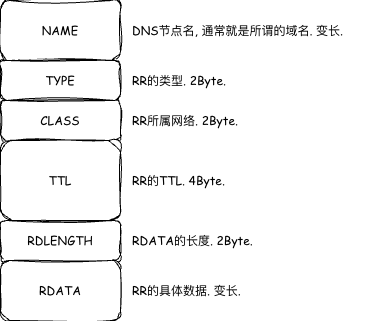
The draw.io diagram source/_posts/DNSScheme/resource_record.png in theo1893/theo1893.github.io, before a commit. Source tidied: cells renumbered, new cells last; positions are measured from the earlier drawing's top-left corner, leaving out a move shared by most shapes. Its diagram source:
```xml
<mxGraphModel>
  <root>
    <mxCell id="0" />
    <mxCell id="1" parent="0" />
    <mxCell id="2" value="NAME" style="rounded=1;whiteSpace=wrap;html=1;sketch=1;jiggle=2;curveFitting=1;strokeColor=default;align=center;verticalAlign=middle;fontFamily=Comic Sans MS;fontSize=12;fontColor=default;labelBackgroundColor=default;fillColor=default;" parent="1" vertex="1">
      <mxGeometry width="120" height="60" as="geometry" />
    </mxCell>
    <mxCell id="3" value="TYPE" style="rounded=1;whiteSpace=wrap;html=1;sketch=1;jiggle=2;curveFitting=1;strokeColor=default;align=center;verticalAlign=middle;fontFamily=Comic Sans MS;fontSize=12;fontColor=default;labelBackgroundColor=default;fillColor=default;" parent="1" vertex="1">
      <mxGeometry y="60" width="120" height="40" as="geometry" />
    </mxCell>
    <mxCell id="4" value="CLASS" style="rounded=1;whiteSpace=wrap;html=1;sketch=1;jiggle=2;curveFitting=1;strokeColor=default;align=center;verticalAlign=middle;fontFamily=Comic Sans MS;fontSize=12;fontColor=default;labelBackgroundColor=default;fillColor=default;" parent="1" vertex="1">
      <mxGeometry y="100" width="120" height="40" as="geometry" />
    </mxCell>
    <mxCell id="5" value="TTL" style="rounded=1;whiteSpace=wrap;html=1;sketch=1;jiggle=2;curveFitting=1;strokeColor=default;align=center;verticalAlign=middle;fontFamily=Comic Sans MS;fontSize=12;fontColor=default;labelBackgroundColor=default;fillColor=default;" parent="1" vertex="1">
      <mxGeometry y="140" width="120" height="80" as="geometry" />
    </mxCell>
    <mxCell id="6" value="RDLENGTH" style="rounded=1;whiteSpace=wrap;html=1;sketch=1;jiggle=2;curveFitting=1;strokeColor=default;align=center;verticalAlign=middle;fontFamily=Comic Sans MS;fontSize=12;fontColor=default;labelBackgroundColor=default;fillColor=default;" parent="1" vertex="1">
      <mxGeometry y="220" width="120" height="40" as="geometry" />
    </mxCell>
    <mxCell id="7" value="RDATA" style="rounded=1;whiteSpace=wrap;html=1;sketch=1;jiggle=2;curveFitting=1;strokeColor=default;align=center;verticalAlign=middle;fontFamily=Comic Sans MS;fontSize=12;fontColor=default;labelBackgroundColor=default;fillColor=default;" parent="1" vertex="1">
      <mxGeometry y="260" width="120" height="60" as="geometry" />
    </mxCell>
    <mxCell id="8" value="DNS节点名, 通常就是所谓的域名. 变长." style="text;html=1;whiteSpace=wrap;strokeColor=none;fillColor=none;align=left;verticalAlign=middle;rounded=0;fontFamily=Comic Sans MS;fontSize=12;fontColor=default;labelBackgroundColor=default;" parent="1" vertex="1">
      <mxGeometry x="130" y="15" width="250" height="30" as="geometry" />
    </mxCell>
    <mxCell id="9" value="RR的类型. 2Byte." style="text;html=1;whiteSpace=wrap;strokeColor=none;fillColor=none;align=left;verticalAlign=middle;rounded=0;fontFamily=Comic Sans MS;fontSize=12;fontColor=default;labelBackgroundColor=default;" parent="1" vertex="1">
      <mxGeometry x="130" y="65" width="250" height="30" as="geometry" />
    </mxCell>
    <mxCell id="10" value="RR所属网络. 2Byte." style="text;html=1;whiteSpace=wrap;strokeColor=none;fillColor=none;align=left;verticalAlign=middle;rounded=0;fontFamily=Comic Sans MS;fontSize=12;fontColor=default;labelBackgroundColor=default;" parent="1" vertex="1">
      <mxGeometry x="130" y="105" width="250" height="30" as="geometry" />
    </mxCell>
    <mxCell id="11" value="RR的TTL. 4Byte." style="text;html=1;whiteSpace=wrap;strokeColor=none;fillColor=none;align=left;verticalAlign=middle;rounded=0;fontFamily=Comic Sans MS;fontSize=12;fontColor=default;labelBackgroundColor=default;" parent="1" vertex="1">
      <mxGeometry x="130" y="165" width="250" height="30" as="geometry" />
    </mxCell>
    <mxCell id="12" value="RDATA的长度. 2Byte." style="text;html=1;whiteSpace=wrap;strokeColor=none;fillColor=none;align=left;verticalAlign=middle;rounded=0;fontFamily=Comic Sans MS;fontSize=12;fontColor=default;labelBackgroundColor=default;" parent="1" vertex="1">
      <mxGeometry x="130" y="225" width="250" height="30" as="geometry" />
    </mxCell>
    <mxCell id="13" value="RR的具体数据. 变长." style="text;html=1;whiteSpace=wrap;strokeColor=none;fillColor=none;align=left;verticalAlign=middle;rounded=0;fontFamily=Comic Sans MS;fontSize=12;fontColor=default;labelBackgroundColor=default;" parent="1" vertex="1">
      <mxGeometry x="130" y="275" width="250" height="30" as="geometry" />
    </mxCell>
  </root>
</mxGraphModel>
```
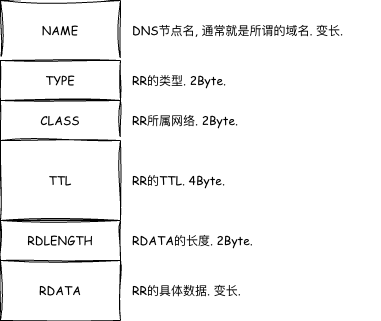
The same diagram one commit later.

What changed in the source:
```diff
@@ -2,22 +2,22 @@
   <root>
     <mxCell id="0" />
     <mxCell id="1" parent="0" />
-    <mxCell id="2" value="NAME" style="rounded=1;whiteSpace=wrap;html=1;sketch=1;jiggle=2;curveFitting=1;strokeColor=default;align=center;verticalAlign=middle;fontFamily=Comic Sans MS;fontSize=12;fontColor=default;labelBackgroundColor=default;fillColor=default;" parent="1" vertex="1">
+    <mxCell id="2" value="NAME" style="rounded=0;whiteSpace=wrap;html=1;sketch=1;jiggle=2;curveFitting=1;strokeColor=default;align=center;verticalAlign=middle;fontFamily=Comic Sans MS;fontSize=12;fontColor=default;labelBackgroundColor=default;fillColor=default;" parent="1" vertex="1">
       <mxGeometry width="120" height="60" as="geometry" />
     </mxCell>
-    <mxCell id="3" value="TYPE" style="rounded=1;whiteSpace=wrap;html=1;sketch=1;jiggle=2;curveFitting=1;strokeColor=default;align=center;verticalAlign=middle;fontFamily=Comic Sans MS;fontSize=12;fontColor=default;labelBackgroundColor=default;fillColor=default;" parent="1" vertex="1">
+    <mxCell id="3" value="TYPE" style="rounded=0;whiteSpace=wrap;html=1;sketch=1;jiggle=2;curveFitting=1;strokeColor=default;align=center;verticalAlign=middle;fontFamily=Comic Sans MS;fontSize=12;fontColor=default;labelBackgroundColor=default;fillColor=default;" parent="1" vertex="1">
       <mxGeometry y="60" width="120" height="40" as="geometry" />
     </mxCell>
-    <mxCell id="4" value="CLASS" style="rounded=1;whiteSpace=wrap;html=1;sketch=1;jiggle=2;curveFitting=1;strokeColor=default;align=center;verticalAlign=middle;fontFamily=Comic Sans MS;fontSize=12;fontColor=default;labelBackgroundColor=default;fillColor=default;" parent="1" vertex="1">
+    <mxCell id="4" value="CLASS" style="rounded=0;whiteSpace=wrap;html=1;sketch=1;jiggle=2;curveFitting=1;strokeColor=default;align=center;verticalAlign=middle;fontFamily=Comic Sans MS;fontSize=12;fontColor=default;labelBackgroundColor=default;fillColor=default;" parent="1" vertex="1">
       <mxGeometry y="100" width="120" height="40" as="geometry" />
     </mxCell>
-    <mxCell id="5" value="TTL" style="rounded=1;whiteSpace=wrap;html=1;sketch=1;jiggle=2;curveFitting=1;strokeColor=default;align=center;verticalAlign=middle;fontFamily=Comic Sans MS;fontSize=12;fontColor=default;labelBackgroundColor=default;fillColor=default;" parent="1" vertex="1">
+    <mxCell id="5" value="TTL" style="rounded=0;whiteSpace=wrap;html=1;sketch=1;jiggle=2;curveFitting=1;strokeColor=default;align=center;verticalAlign=middle;fontFamily=Comic Sans MS;fontSize=12;fontColor=default;labelBackgroundColor=default;fillColor=default;" parent="1" vertex="1">
       <mxGeometry y="140" width="120" height="80" as="geometry" />
     </mxCell>
-    <mxCell id="6" value="RDLENGTH" style="rounded=1;whiteSpace=wrap;html=1;sketch=1;jiggle=2;curveFitting=1;strokeColor=default;align=center;verticalAlign=middle;fontFamily=Comic Sans MS;fontSize=12;fontColor=default;labelBackgroundColor=default;fillColor=default;" parent="1" vertex="1">
+    <mxCell id="6" value="RDLENGTH" style="rounded=0;whiteSpace=wrap;html=1;sketch=1;jiggle=2;curveFitting=1;strokeColor=default;align=center;verticalAlign=middle;fontFamily=Comic Sans MS;fontSize=12;fontColor=default;labelBackgroundColor=default;fillColor=default;" parent="1" vertex="1">
       <mxGeometry y="220" width="120" height="40" as="geometry" />
     </mxCell>
-    <mxCell id="7" value="RDATA" style="rounded=1;whiteSpace=wrap;html=1;sketch=1;jiggle=2;curveFitting=1;strokeColor=default;align=center;verticalAlign=middle;fontFamily=Comic Sans MS;fontSize=12;fontColor=default;labelBackgroundColor=default;fillColor=default;" parent="1" vertex="1">
+    <mxCell id="7" value="RDATA" style="rounded=0;whiteSpace=wrap;html=1;sketch=1;jiggle=2;curveFitting=1;strokeColor=default;align=center;verticalAlign=middle;fontFamily=Comic Sans MS;fontSize=12;fontColor=default;labelBackgroundColor=default;fillColor=default;" parent="1" vertex="1">
       <mxGeometry y="260" width="120" height="60" as="geometry" />
     </mxCell>
     <mxCell id="8" value="DNS节点名, 通常就是所谓的域名. 变长." style="text;html=1;whiteSpace=wrap;strokeColor=none;fillColor=none;align=left;verticalAlign=middle;rounded=0;fontFamily=Comic Sans MS;fontSize=12;fontColor=default;labelBackgroundColor=default;" parent="1" vertex="1">
```
